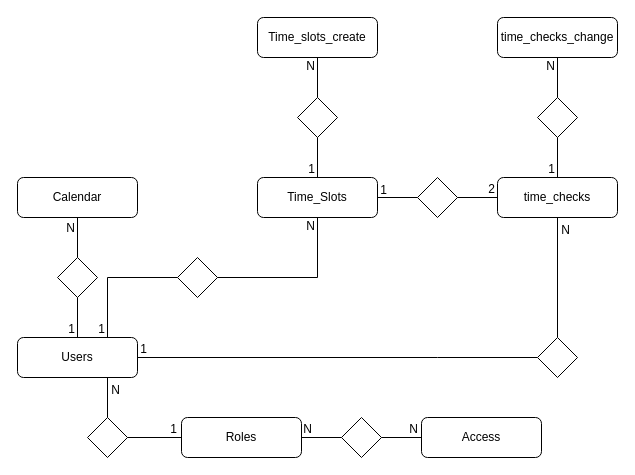
josemiz95/Control-Horario keeps this draw.io diagram as Entity-Relation.drawio. Above is the earlier version. Source tidied: cells renumbered, new cells numbered last; positions are measured from the earlier drawing's top-left corner, leaving out a move shared by most shapes. Both pictures are drawn from the tidied source at 100%, with x=0, y=0 at pixel (17, 17).
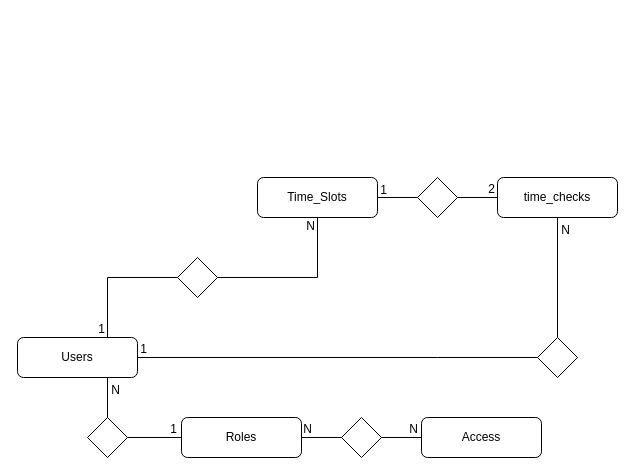
Above is the later version.

Commit message (it also covers changes not shown here):
Restificacion entidad relacion

The change refers to these unchanged cells:
```xml
<mxCell id="2" value="Users" style="rounded=1;whiteSpace=wrap;html=1;" parent="1" vertex="1">
  <mxGeometry y="320" width="120" height="40" as="geometry" />
</mxCell>
<mxCell id="6" value="Time_Slots" style="rounded=1;whiteSpace=wrap;html=1;" parent="1" vertex="1">
  <mxGeometry x="240" y="160" width="120" height="40" as="geometry" />
</mxCell>
<mxCell id="7" value="time_checks" style="rounded=1;whiteSpace=wrap;html=1;" parent="1" vertex="1">
  <mxGeometry x="480" y="160" width="120" height="40" as="geometry" />
</mxCell>
```

Diff of the diagram source:
```diff
@@
-    <mxCell id="5" value="Calendar" style="rounded=1;whiteSpace=wrap;html=1;" parent="1" vertex="1">
-      <mxGeometry y="160" width="120" height="40" as="geometry" />
-    </mxCell>
@@
-    <mxCell id="10" style="rhombus;whiteSpace=wrap;html=1;" parent="1" vertex="1">
-      <mxGeometry x="40" y="240" width="40" height="40" as="geometry" />
-    </mxCell>
@@
-    <mxCell id="13" value="Time_slots_create" style="rounded=1;whiteSpace=wrap;html=1;" parent="1" vertex="1">
-      <mxGeometry x="240" width="120" height="40" as="geometry" />
-    </mxCell>
-    <mxCell id="14" value="time_checks_change" style="rounded=1;whiteSpace=wrap;html=1;" parent="1" vertex="1">
-      <mxGeometry x="480" width="120" height="40" as="geometry" />
-    </mxCell>
-    <mxCell id="15" style="rhombus;whiteSpace=wrap;html=1;" parent="1" vertex="1">
-      <mxGeometry x="280" y="80" width="40" height="40" as="geometry" />
-    </mxCell>
-    <mxCell id="16" style="rhombus;whiteSpace=wrap;html=1;" parent="1" vertex="1">
-      <mxGeometry x="520" y="80" width="40" height="40" as="geometry" />
-    </mxCell>
@@
-    <mxCell id="25" style="endArrow=none;html=1;rounded=0;edgeStyle=orthogonalEdgeStyle;entryX=0.5;entryY=0;entryDx=0;entryDy=0;exitX=0.5;exitY=1;exitDx=0;exitDy=0;" parent="1" edge="1" source="10" target="2">
-      <mxGeometry relative="1" as="geometry" />
-    </mxCell>
-    <mxCell id="26" value="1" style="html=1;align=right;verticalAlign=bottom;" parent="25" vertex="1">
-      <mxGeometry x="1" relative="1" as="geometry">
-        <mxPoint x="-2" as="offset" />
-      </mxGeometry>
-    </mxCell>
-    <mxCell id="27" style="endArrow=none;html=1;rounded=0;edgeStyle=orthogonalEdgeStyle;entryX=0.5;entryY=1;entryDx=0;entryDy=0;exitX=0.5;exitY=0;exitDx=0;exitDy=0;" parent="1" edge="1" source="10" target="5">
-      <mxGeometry relative="1" as="geometry" />
-    </mxCell>
-    <mxCell id="28" value="N" style="html=1;align=right;verticalAlign=bottom;" parent="27" vertex="1">
-      <mxGeometry x="1" relative="1" as="geometry">
-        <mxPoint x="-2" y="19" as="offset" />
-      </mxGeometry>
-    </mxCell>
@@
-    <mxCell id="37" style="endArrow=none;html=1;rounded=0;edgeStyle=orthogonalEdgeStyle;entryX=0.5;entryY=0;entryDx=0;entryDy=0;exitX=0.5;exitY=1;exitDx=0;exitDy=0;" parent="1" edge="1" source="15" target="6">
-      <mxGeometry relative="1" as="geometry" />
-    </mxCell>
-    <mxCell id="38" value="1" style="html=1;align=right;verticalAlign=bottom;" parent="37" vertex="1">
-      <mxGeometry x="1" relative="1" as="geometry">
-        <mxPoint x="-2" as="offset" />
-      </mxGeometry>
-    </mxCell>
-    <mxCell id="39" style="endArrow=none;html=1;rounded=0;edgeStyle=orthogonalEdgeStyle;entryX=0.5;entryY=0;entryDx=0;entryDy=0;exitX=0.5;exitY=1;exitDx=0;exitDy=0;" parent="1" edge="1" source="16" target="7">
-      <mxGeometry relative="1" as="geometry" />
-    </mxCell>
-    <mxCell id="40" value="1" style="html=1;align=right;verticalAlign=bottom;" parent="39" vertex="1">
-      <mxGeometry x="1" relative="1" as="geometry">
-        <mxPoint x="-2" as="offset" />
-      </mxGeometry>
-    </mxCell>
-    <mxCell id="41" style="endArrow=none;html=1;rounded=0;edgeStyle=orthogonalEdgeStyle;entryX=0.5;entryY=1;entryDx=0;entryDy=0;" parent="1" edge="1" source="15" target="13">
-      <mxGeometry relative="1" as="geometry" />
-    </mxCell>
-    <mxCell id="42" value="N" style="html=1;align=right;verticalAlign=bottom;" parent="41" vertex="1">
-      <mxGeometry x="1" relative="1" as="geometry">
-        <mxPoint x="-2" y="17" as="offset" />
-      </mxGeometry>
-    </mxCell>
-    <mxCell id="43" style="endArrow=none;html=1;rounded=0;edgeStyle=orthogonalEdgeStyle;entryX=0.5;entryY=1;entryDx=0;entryDy=0;exitX=0.5;exitY=0;exitDx=0;exitDy=0;" parent="1" edge="1" source="16" target="14">
-      <mxGeometry relative="1" as="geometry" />
-    </mxCell>
-    <mxCell id="44" value="N" style="html=1;align=right;verticalAlign=bottom;" parent="43" vertex="1">
-      <mxGeometry x="1" relative="1" as="geometry">
-        <mxPoint x="-2" y="17" as="offset" />
-      </mxGeometry>
-    </mxCell>
```
